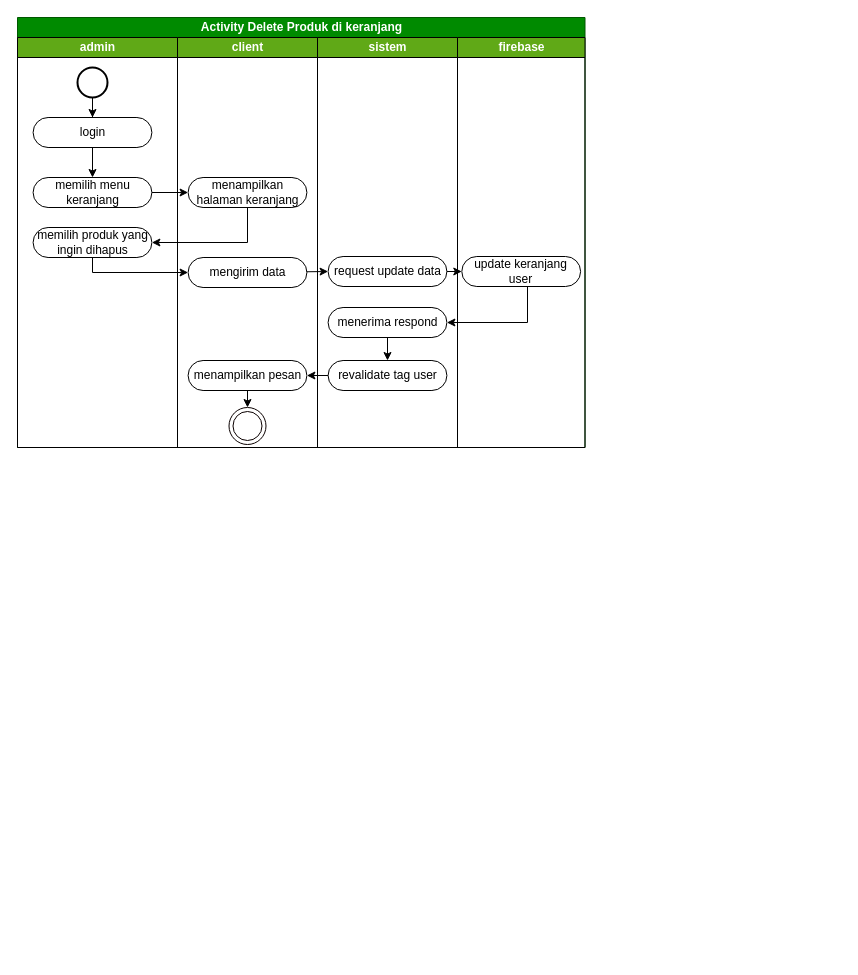
This is page "activity checkout" (41 of 42) of skrpsian.drawio from ThikerXCX/umltoko, a draw.io file, before an edit. Source tidied: cells renumbered, new cells numbered last; positions are measured from the earlier drawing's top-left corner, leaving out a move shared by most shapes. Both pictures are drawn from the tidied source at 100%, with x=0, y=0 at pixel (17, 17).
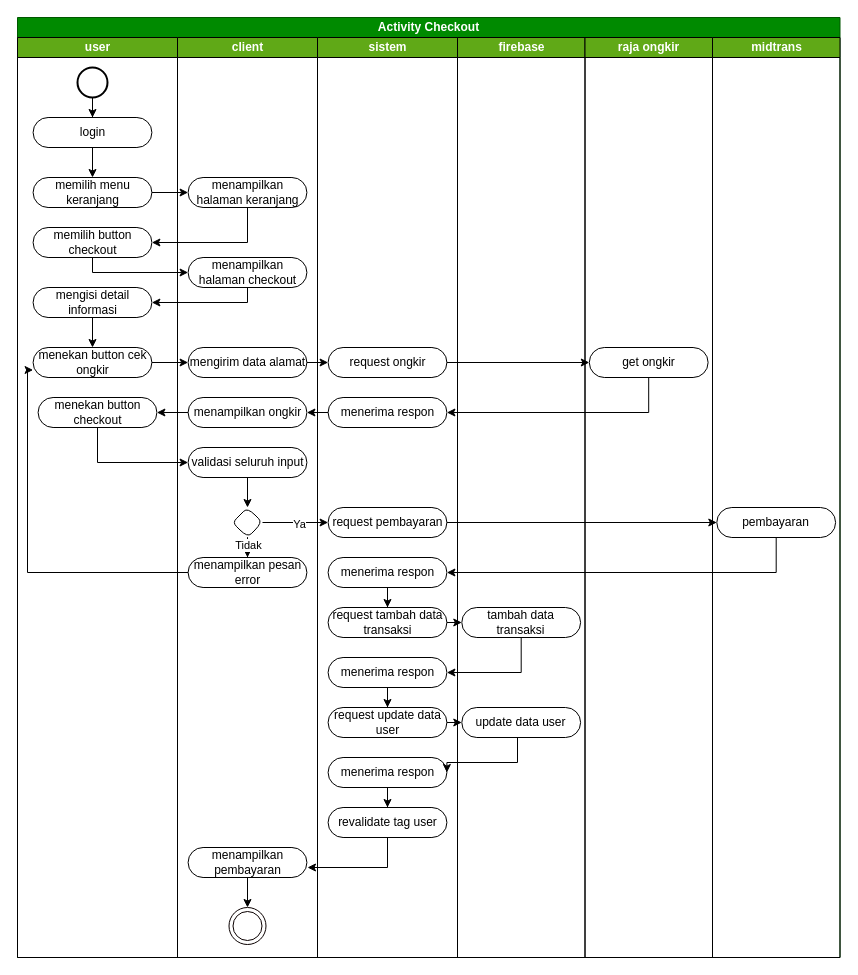
After the change.

Diff of the diagram source:
```diff
@@
-    <mxCell id="2" value="Activity Delete Produk di keranjang" style="swimlane;startSize=20;html=1;fillColor=#008a00;fontColor=#ffffff;strokeColor=#005700;" parent="1" vertex="1">
-      <mxGeometry width="567.5" height="430" as="geometry" />
+    <mxCell id="2" value="Activity Checkout" style="swimlane;startSize=20;html=1;fillColor=#008a00;fontColor=#ffffff;strokeColor=#005700;" parent="1" vertex="1">
+      <mxGeometry width="822.5" height="940" as="geometry" />
     </mxCell>
-    <mxCell id="3" value="admin" style="swimlane;startSize=20;html=1;fillColor=#60a917;fontColor=#ffffff;strokeColor=#000000;" parent="2" vertex="1">
-      <mxGeometry y="20" width="160" height="410" as="geometry" />
+    <mxCell id="3" value="user" style="swimlane;startSize=20;html=1;fillColor=#60a917;fontColor=#ffffff;strokeColor=#000000;" parent="2" vertex="1">
+      <mxGeometry y="20" width="160" height="920" as="geometry" />
     </mxCell>
@@
-    <mxCell id="9" value="memilih produk yang ingin dihapus" style="rounded=1;whiteSpace=wrap;html=1;arcSize=50;fillColor=none;" parent="3" vertex="1">
+    <mxCell id="9" value="memilih button checkout" style="rounded=1;whiteSpace=wrap;html=1;arcSize=50;fillColor=none;" parent="3" vertex="1">
       <mxGeometry x="15.6" y="190" width="118.8" height="30" as="geometry" />
     </mxCell>
+    <mxCell id="30" style="edgeStyle=orthogonalEdgeStyle;rounded=0;jettySize=auto;html=1;" parent="3" edge="1" source="15" target="31">
+      <mxGeometry relative="1" as="geometry" />
+    </mxCell>
+    <mxCell id="15" value="mengisi detail informasi" style="rounded=1;whiteSpace=wrap;html=1;arcSize=50;fillColor=none;" parent="3" vertex="1">
+      <mxGeometry x="15.6" y="250" width="118.8" height="30" as="geometry" />
+    </mxCell>
+    <mxCell id="31" value="menekan button cek ongkir" style="rounded=1;whiteSpace=wrap;html=1;arcSize=50;fillColor=none;" parent="3" vertex="1">
+      <mxGeometry x="15.6" y="310" width="118.8" height="30" as="geometry" />
+    </mxCell>
+    <mxCell id="32" value="menekan button checkout" style="rounded=1;whiteSpace=wrap;html=1;arcSize=50;fillColor=none;" parent="3" vertex="1">
+      <mxGeometry x="20.6" y="360" width="118.8" height="30" as="geometry" />
+    </mxCell>
     <mxCell id="10" value="client" style="swimlane;startSize=20;html=1;fillColor=#60a917;fontColor=#ffffff;strokeColor=#000000;" parent="2" vertex="1">
-      <mxGeometry x="160" y="20" width="140" height="410" as="geometry" />
+      <mxGeometry x="160" y="20" width="140" height="920" as="geometry" />
     </mxCell>
@@
-    <mxCell id="12" style="rounded=0;jettySize=auto;html=1;exitX=0.5;exitY=1;exitDx=0;exitDy=0;" parent="10" edge="1" source="15" target="13">
-      <mxGeometry relative="1" as="geometry" />
-    </mxCell>
+    <mxCell id="14" value="menampilkan halaman checkout" style="rounded=1;whiteSpace=wrap;html=1;arcSize=50;fillColor=none;" parent="10" vertex="1">
+      <mxGeometry x="10.6" y="220" width="118.8" height="30" as="geometry" />
+    </mxCell>
+    <mxCell id="33" value="mengirim data alamat" style="rounded=1;whiteSpace=wrap;html=1;arcSize=50;fillColor=none;" parent="10" vertex="1">
+      <mxGeometry x="10.6" y="310" width="118.8" height="30" as="geometry" />
+    </mxCell>
+    <mxCell id="34" value="menampilkan ongkir" style="rounded=1;whiteSpace=wrap;html=1;arcSize=50;fillColor=none;" parent="10" vertex="1">
+      <mxGeometry x="10.6" y="360" width="118.8" height="30" as="geometry" />
+    </mxCell>
+    <mxCell id="35" style="edgeStyle=orthogonalEdgeStyle;rounded=0;jettySize=auto;html=1;" parent="10" edge="1" source="36" target="39">
+      <mxGeometry relative="1" as="geometry" />
+    </mxCell>
+    <mxCell id="36" value="validasi seluruh input" style="rounded=1;whiteSpace=wrap;html=1;arcSize=50;fillColor=none;" parent="10" vertex="1">
+      <mxGeometry x="10.6" y="410" width="118.8" height="30" as="geometry" />
+    </mxCell>
+    <mxCell id="37" style="edgeStyle=orthogonalEdgeStyle;rounded=0;jettySize=auto;html=1;" parent="10" edge="1" source="39" target="40">
+      <mxGeometry relative="1" as="geometry" />
+    </mxCell>
+    <mxCell id="38" value="Tidak" style="edgeLabel;html=1;align=center;verticalAlign=middle;" parent="37" vertex="1">
+      <mxGeometry x="0.56" relative="1" as="geometry" />
+    </mxCell>
+    <mxCell id="39" style="rhombus;whiteSpace=wrap;html=1;fillColor=none;rounded=1;arcSize=50;" parent="10" vertex="1">
+      <mxGeometry x="55" y="470" width="30" height="30" as="geometry" />
+    </mxCell>
+    <mxCell id="40" value="menampilkan pesan error" style="rounded=1;whiteSpace=wrap;html=1;arcSize=50;fillColor=none;" parent="10" vertex="1">
+      <mxGeometry x="10.6" y="520" width="118.8" height="30" as="geometry" />
+    </mxCell>
+    <mxCell id="41" style="edgeStyle=orthogonalEdgeStyle;rounded=0;jettySize=auto;html=1;" parent="10" edge="1" source="42" target="13">
+      <mxGeometry relative="1" as="geometry" />
+    </mxCell>
+    <mxCell id="42" value="menampilkan pembayaran" style="rounded=1;whiteSpace=wrap;html=1;arcSize=50;fillColor=none;" parent="10" vertex="1">
+      <mxGeometry x="10.6" y="810" width="118.8" height="30" as="geometry" />
+    </mxCell>
     <mxCell id="13" style="ellipse;html=1;shape=endState;fillColor=none;strokeColor=#0A0000;" parent="10" vertex="1">
-      <mxGeometry x="51.5" y="370" width="37" height="37" as="geometry" />
+      <mxGeometry x="51.5" y="870" width="37" height="37" as="geometry" />
     </mxCell>
-    <mxCell id="14" value="mengirim data" style="rounded=1;whiteSpace=wrap;html=1;arcSize=50;fillColor=none;" parent="10" vertex="1">
-      <mxGeometry x="10.6" y="220" width="118.8" height="30" as="geometry" />
-    </mxCell>
-    <mxCell id="15" value="menampilkan pesan" style="rounded=1;whiteSpace=wrap;html=1;arcSize=50;fillColor=none;" parent="10" vertex="1">
-      <mxGeometry x="10.6" y="323" width="118.8" height="30" as="geometry" />
-    </mxCell>
     <mxCell id="16" value="sistem" style="swimlane;startSize=20;html=1;fillColor=#60a917;fontColor=#ffffff;strokeColor=#000000;" parent="2" vertex="1">
-      <mxGeometry x="300" y="20" width="140" height="410" as="geometry" />
+      <mxGeometry x="300" y="20" width="140" height="920" as="geometry" />
     </mxCell>
-    <mxCell id="17" value="request update data" style="rounded=1;whiteSpace=wrap;html=1;arcSize=50;fillColor=none;" parent="16" vertex="1">
-      <mxGeometry x="10.6" y="219" width="118.8" height="30" as="geometry" />
-    </mxCell>
-    <mxCell id="18" style="edgeStyle=orthogonalEdgeStyle;rounded=0;jettySize=auto;html=1;entryX=0.5;entryY=0;entryDx=0;entryDy=0;" parent="16" edge="1" source="19" target="20">
-      <mxGeometry relative="1" as="geometry" />
-    </mxCell>
-    <mxCell id="19" value="menerima respond" style="rounded=1;whiteSpace=wrap;html=1;arcSize=50;fillColor=none;" parent="16" vertex="1">
-      <mxGeometry x="10.6" y="270" width="118.8" height="30" as="geometry" />
-    </mxCell>
+    <mxCell id="43" value="request ongkir" style="rounded=1;whiteSpace=wrap;html=1;arcSize=50;fillColor=none;" parent="16" vertex="1">
+      <mxGeometry x="10.6" y="310" width="118.8" height="30" as="geometry" />
+    </mxCell>
+    <mxCell id="44" value="menerima respon" style="rounded=1;whiteSpace=wrap;html=1;arcSize=50;fillColor=none;" parent="16" vertex="1">
+      <mxGeometry x="10.6" y="360" width="118.8" height="30" as="geometry" />
+    </mxCell>
+    <mxCell id="45" value="request pembayaran" style="rounded=1;whiteSpace=wrap;html=1;arcSize=50;fillColor=none;" parent="16" vertex="1">
+      <mxGeometry x="10.6" y="470" width="118.8" height="30" as="geometry" />
+    </mxCell>
+    <mxCell id="46" style="edgeStyle=orthogonalEdgeStyle;rounded=0;jettySize=auto;html=1;entryX=0.5;entryY=0;entryDx=0;entryDy=0;" parent="16" edge="1" source="47" target="48">
+      <mxGeometry relative="1" as="geometry" />
+    </mxCell>
+    <mxCell id="47" value="menerima respon" style="rounded=1;whiteSpace=wrap;html=1;arcSize=50;fillColor=none;" parent="16" vertex="1">
+      <mxGeometry x="10.6" y="520" width="118.8" height="30" as="geometry" />
+    </mxCell>
+    <mxCell id="48" value="request tambah data transaksi" style="rounded=1;whiteSpace=wrap;html=1;arcSize=50;fillColor=none;" parent="16" vertex="1">
+      <mxGeometry x="10.6" y="570" width="118.8" height="30" as="geometry" />
+    </mxCell>
+    <mxCell id="49" style="edgeStyle=orthogonalEdgeStyle;rounded=0;jettySize=auto;html=1;" parent="16" edge="1" source="50" target="51">
+      <mxGeometry relative="1" as="geometry" />
+    </mxCell>
+    <mxCell id="50" value="menerima respon" style="rounded=1;whiteSpace=wrap;html=1;arcSize=50;fillColor=none;" parent="16" vertex="1">
+      <mxGeometry x="10.6" y="620" width="118.8" height="30" as="geometry" />
+    </mxCell>
+    <mxCell id="51" value="request update data user" style="rounded=1;whiteSpace=wrap;html=1;arcSize=50;fillColor=none;" parent="16" vertex="1">
+      <mxGeometry x="10.6" y="670" width="118.8" height="30" as="geometry" />
+    </mxCell>
+    <mxCell id="52" style="edgeStyle=orthogonalEdgeStyle;rounded=0;jettySize=auto;html=1;" parent="16" edge="1" source="53" target="20">
+      <mxGeometry relative="1" as="geometry" />
+    </mxCell>
+    <mxCell id="53" value="menerima respon" style="rounded=1;whiteSpace=wrap;html=1;arcSize=50;fillColor=none;" parent="16" vertex="1">
+      <mxGeometry x="10.6" y="720" width="118.8" height="30" as="geometry" />
+    </mxCell>
+    <mxCell id="54" style="edgeStyle=orthogonalEdgeStyle;rounded=0;jettySize=auto;html=1;" parent="16" edge="1" source="20">
+      <mxGeometry relative="1" as="geometry">
+        <mxPoint x="-10" y="830" as="targetPoint" />
+        <Array as="points">
+          <mxPoint x="70" y="830" />
+        </Array>
+      </mxGeometry>
+    </mxCell>
     <mxCell id="20" value="revalidate tag user" style="rounded=1;whiteSpace=wrap;html=1;arcSize=50;fillColor=none;" parent="16" vertex="1">
-      <mxGeometry x="10.6" y="323" width="118.8" height="30" as="geometry" />
+      <mxGeometry x="10.6" y="770" width="118.8" height="30" as="geometry" />
     </mxCell>
     <mxCell id="21" value="firebase" style="swimlane;startSize=20;html=1;fillColor=#60a917;fontColor=#ffffff;strokeColor=#000000;" parent="2" vertex="1">
-      <mxGeometry x="440" y="20" width="127.5" height="410" as="geometry" />
+      <mxGeometry x="440" y="20" width="127.5" height="920" as="geometry" />
     </mxCell>
-    <mxCell id="22" value="update keranjang user" style="rounded=1;whiteSpace=wrap;html=1;arcSize=50;fillColor=none;" parent="21" vertex="1">
-      <mxGeometry x="4.3" y="219" width="118.8" height="30" as="geometry" />
-    </mxCell>
+    <mxCell id="55" value="tambah data transaksi" style="rounded=1;whiteSpace=wrap;html=1;arcSize=50;fillColor=none;" parent="21" vertex="1">
+      <mxGeometry x="4.3" y="570" width="118.8" height="30" as="geometry" />
+    </mxCell>
+    <mxCell id="56" value="update data user" style="rounded=1;whiteSpace=wrap;html=1;arcSize=50;fillColor=none;" parent="21" vertex="1">
+      <mxGeometry x="4.3" y="670" width="118.8" height="30" as="geometry" />
+    </mxCell>
@@
-    <mxCell id="26" style="rounded=0;jettySize=auto;html=1;entryX=0;entryY=0.5;entryDx=0;entryDy=0;" parent="2" edge="1" source="14" target="17">
-      <mxGeometry relative="1" as="geometry" />
+    <mxCell id="26" style="rounded=0;jettySize=auto;html=1;edgeStyle=orthogonalEdgeStyle;entryX=1;entryY=0.5;entryDx=0;entryDy=0;" parent="2" edge="1" source="14" target="15">
+      <mxGeometry relative="1" as="geometry">
+        <Array as="points">
+          <mxPoint x="230" y="285" />
+        </Array>
+      </mxGeometry>
     </mxCell>
-    <mxCell id="27" style="edgeStyle=orthogonalEdgeStyle;rounded=0;jettySize=auto;html=1;entryX=1;entryY=0.5;entryDx=0;entryDy=0;" parent="2" edge="1" source="22" target="19">
-      <mxGeometry relative="1" as="geometry">
-        <Array as="points">
-          <mxPoint x="510" y="305" />
-        </Array>
-      </mxGeometry>
-    </mxCell>
-    <mxCell id="28" style="rounded=0;jettySize=auto;html=1;entryX=0;entryY=0.5;entryDx=0;entryDy=0;" parent="2" edge="1" source="17" target="22">
-      <mxGeometry relative="1" as="geometry" />
-    </mxCell>
-    <mxCell id="29" style="edgeStyle=orthogonalEdgeStyle;rounded=0;jettySize=auto;html=1;" parent="2" edge="1" source="20" target="15">
-      <mxGeometry relative="1" as="geometry" />
-    </mxCell>
+    <mxCell id="57" style="edgeStyle=orthogonalEdgeStyle;rounded=0;jettySize=auto;html=1;" parent="2" edge="1" source="31" target="33">
+      <mxGeometry relative="1" as="geometry" />
+    </mxCell>
+    <mxCell id="58" style="edgeStyle=orthogonalEdgeStyle;rounded=0;jettySize=auto;html=1;" parent="2" edge="1" source="33" target="43">
+      <mxGeometry relative="1" as="geometry" />
+    </mxCell>
+    <mxCell id="59" value="raja ongkir" style="swimlane;startSize=20;html=1;fillColor=#60a917;fontColor=#ffffff;strokeColor=#000000;" parent="2" vertex="1">
+      <mxGeometry x="567.5" y="20" width="127.5" height="920" as="geometry" />
+    </mxCell>
+    <mxCell id="60" value="get ongkir" style="rounded=1;whiteSpace=wrap;html=1;arcSize=50;fillColor=none;" parent="59" vertex="1">
+      <mxGeometry x="4.3" y="310" width="118.8" height="30" as="geometry" />
+    </mxCell>
+    <mxCell id="61" style="edgeStyle=orthogonalEdgeStyle;rounded=0;jettySize=auto;html=1;entryX=0;entryY=0.5;entryDx=0;entryDy=0;" parent="2" edge="1" source="43" target="60">
+      <mxGeometry relative="1" as="geometry" />
+    </mxCell>
+    <mxCell id="62" style="edgeStyle=orthogonalEdgeStyle;rounded=0;jettySize=auto;html=1;entryX=1;entryY=0.5;entryDx=0;entryDy=0;" parent="2" edge="1" source="60" target="44">
+      <mxGeometry relative="1" as="geometry">
+        <Array as="points">
+          <mxPoint x="631" y="395" />
+        </Array>
+      </mxGeometry>
+    </mxCell>
+    <mxCell id="63" style="edgeStyle=orthogonalEdgeStyle;rounded=0;jettySize=auto;html=1;" parent="2" edge="1" source="34" target="32">
+      <mxGeometry relative="1" as="geometry" />
+    </mxCell>
+    <mxCell id="64" style="edgeStyle=orthogonalEdgeStyle;rounded=0;jettySize=auto;html=1;" parent="2" edge="1" source="44" target="34">
+      <mxGeometry relative="1" as="geometry" />
+    </mxCell>
+    <mxCell id="65" style="edgeStyle=orthogonalEdgeStyle;rounded=0;jettySize=auto;html=1;entryX=0;entryY=0.5;entryDx=0;entryDy=0;" parent="2" edge="1" source="32" target="36">
+      <mxGeometry relative="1" as="geometry">
+        <Array as="points">
+          <mxPoint x="80" y="445" />
+        </Array>
+      </mxGeometry>
+    </mxCell>
+    <mxCell id="66" style="edgeStyle=orthogonalEdgeStyle;rounded=0;jettySize=auto;html=1;entryX=0;entryY=0.75;entryDx=0;entryDy=0;" parent="2" edge="1" source="40" target="31">
+      <mxGeometry relative="1" as="geometry">
+        <Array as="points">
+          <mxPoint x="10" y="555" />
+          <mxPoint x="10" y="353" />
+        </Array>
+      </mxGeometry>
+    </mxCell>
+    <mxCell id="67" style="edgeStyle=orthogonalEdgeStyle;rounded=0;jettySize=auto;html=1;" parent="2" edge="1" source="39" target="45">
+      <mxGeometry relative="1" as="geometry" />
+    </mxCell>
+    <mxCell id="68" value="Ya" style="edgeLabel;html=1;align=center;verticalAlign=middle;" parent="67" vertex="1">
+      <mxGeometry x="0.1" y="-1" relative="1" as="geometry" />
+    </mxCell>
+    <mxCell id="69" value="midtrans" style="swimlane;startSize=20;html=1;fillColor=#60a917;fontColor=#ffffff;strokeColor=#000000;" parent="2" vertex="1">
+      <mxGeometry x="695" y="20" width="127.5" height="920" as="geometry" />
+    </mxCell>
+    <mxCell id="70" value="pembayaran" style="rounded=1;whiteSpace=wrap;html=1;arcSize=50;fillColor=none;" parent="69" vertex="1">
+      <mxGeometry x="4.3" y="470" width="118.8" height="30" as="geometry" />
+    </mxCell>
+    <mxCell id="71" style="edgeStyle=orthogonalEdgeStyle;rounded=0;jettySize=auto;html=1;" parent="2" edge="1" source="45" target="70">
+      <mxGeometry relative="1" as="geometry" />
+    </mxCell>
+    <mxCell id="72" style="edgeStyle=orthogonalEdgeStyle;rounded=0;jettySize=auto;html=1;entryX=1;entryY=0.5;entryDx=0;entryDy=0;" parent="2" edge="1" source="70" target="47">
+      <mxGeometry relative="1" as="geometry">
+        <Array as="points">
+          <mxPoint x="759" y="555" />
+        </Array>
+      </mxGeometry>
+    </mxCell>
+    <mxCell id="73" style="edgeStyle=orthogonalEdgeStyle;rounded=0;jettySize=auto;html=1;entryX=1;entryY=0.5;entryDx=0;entryDy=0;" parent="2" edge="1" source="55" target="50">
+      <mxGeometry relative="1" as="geometry">
+        <Array as="points">
+          <mxPoint x="504" y="655" />
+        </Array>
+      </mxGeometry>
+    </mxCell>
+    <mxCell id="74" style="rounded=0;jettySize=auto;html=1;" parent="2" edge="1" source="48" target="55">
+      <mxGeometry relative="1" as="geometry" />
+    </mxCell>
+    <mxCell id="75" style="rounded=0;jettySize=auto;html=1;" parent="2" edge="1" source="51" target="56">
+      <mxGeometry relative="1" as="geometry" />
+    </mxCell>
+    <mxCell id="76" style="edgeStyle=orthogonalEdgeStyle;rounded=0;jettySize=auto;html=1;entryX=1;entryY=0.5;entryDx=0;entryDy=0;" parent="2" edge="1" source="56" target="53">
+      <mxGeometry relative="1" as="geometry">
+        <Array as="points">
+          <mxPoint x="500" y="745" />
+        </Array>
+      </mxGeometry>
+    </mxCell>
```
